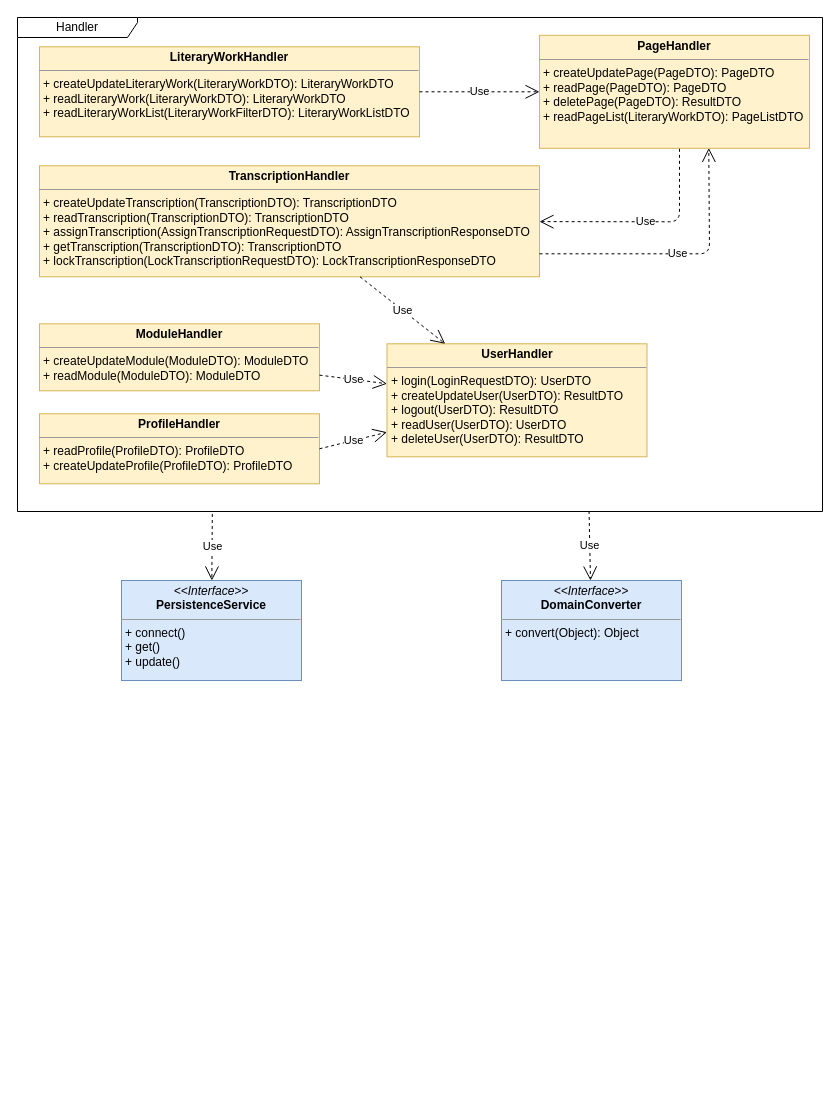
Before: doc/Models/MVC Diagrams/Handler Package Diagram.drawio in giodag/eagleLibrary, a draw.io diagram. Source tidied: cells renumbered, new cells numbered last; positions are measured from the earlier drawing's top-left corner, leaving out a move shared by most shapes. Both pictures are drawn from the tidied source at 100%, with x=0, y=0 at pixel (17, 17).
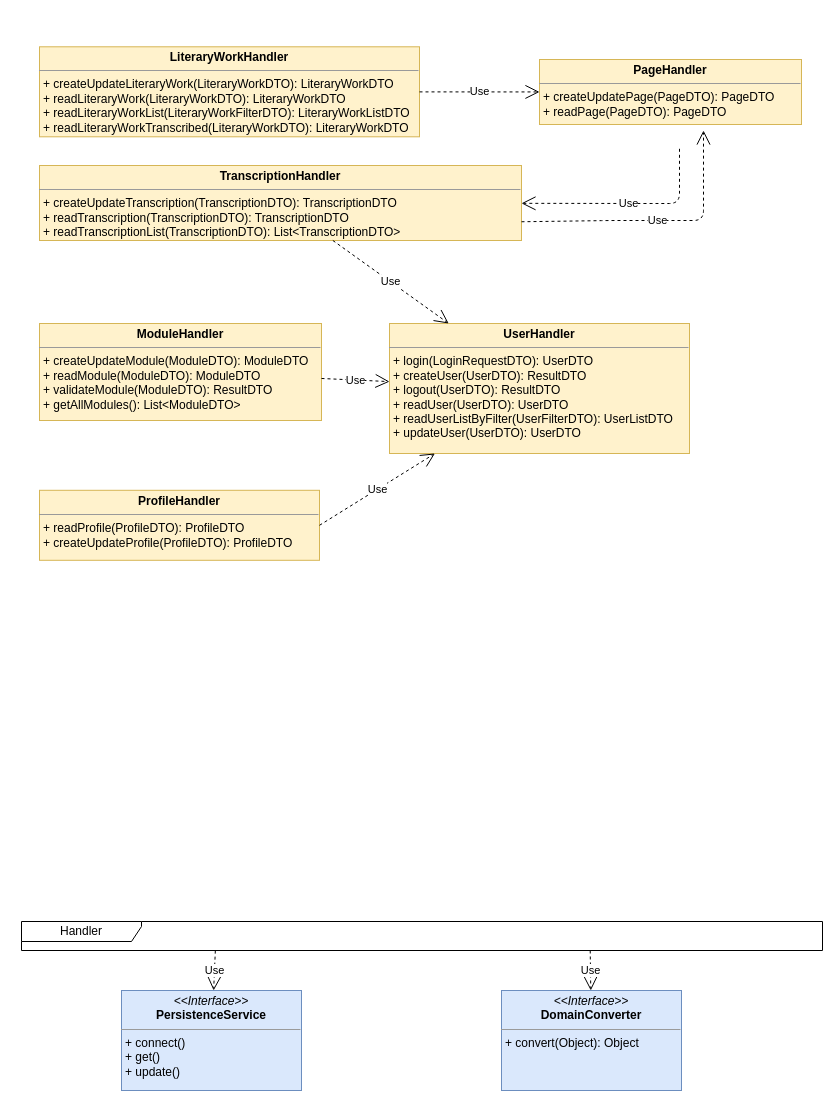
The same page after the edit.

Commit message (it also covers changes not shown here):
add transaction on some method and modify diagram

Diff of the diagram source:
```diff
@@
-    <mxCell id="2" value="&lt;p style=&quot;margin: 0px ; margin-top: 4px ; text-align: center&quot;&gt;&lt;b&gt;LiteraryWorkHandler&lt;/b&gt;&lt;/p&gt;&lt;hr size=&quot;1&quot;&gt;&lt;p style=&quot;margin: 0px ; margin-left: 4px&quot;&gt;&lt;span&gt;+ createUpdateLiteraryWork(LiteraryWorkDTO): LiteraryWorkDTO&lt;/span&gt;&lt;/p&gt;&lt;p style=&quot;margin: 0px ; margin-left: 4px&quot;&gt;+ readLiteraryWork(LiteraryWorkDTO): LiteraryWorkDTO&lt;span&gt;&lt;br&gt;&lt;/span&gt;&lt;/p&gt;&lt;p style=&quot;margin: 0px ; margin-left: 4px&quot;&gt;&lt;span&gt;+ readLiteraryWorkList(LiteraryWorkFilterDTO): LiteraryWorkListDTO&lt;/span&gt;&lt;/p&gt;&lt;p&gt;&lt;br&gt;&lt;/p&gt;" style="verticalAlign=top;align=left;overflow=fill;fontSize=12;fontFamily=Helvetica;html=1;fillColor=#fff2cc;strokeColor=#d6b656;" parent="1" vertex="1">
+    <mxCell id="2" value="&lt;p style=&quot;margin: 0px ; margin-top: 4px ; text-align: center&quot;&gt;&lt;b&gt;LiteraryWorkHandler&lt;/b&gt;&lt;/p&gt;&lt;hr size=&quot;1&quot;&gt;&lt;p style=&quot;margin: 0px ; margin-left: 4px&quot;&gt;&lt;span&gt;+ createUpdateLiteraryWork(LiteraryWorkDTO): LiteraryWorkDTO&lt;/span&gt;&lt;/p&gt;&lt;p style=&quot;margin: 0px ; margin-left: 4px&quot;&gt;+ readLiteraryWork(LiteraryWorkDTO): LiteraryWorkDTO&lt;span&gt;&lt;br&gt;&lt;/span&gt;&lt;/p&gt;&lt;p style=&quot;margin: 0px ; margin-left: 4px&quot;&gt;&lt;span&gt;+ readLiteraryWorkList(LiteraryWorkFilterDTO): LiteraryWorkListDTO&lt;br&gt;+ readLiteraryWorkTranscribed(LiteraryWorkDTO): LiteraryWorkDTO&lt;/span&gt;&lt;/p&gt;&lt;p&gt;&lt;br&gt;&lt;/p&gt;" style="verticalAlign=top;align=left;overflow=fill;fontSize=12;fontFamily=Helvetica;html=1;fillColor=#fff2cc;strokeColor=#d6b656;" parent="1" vertex="1">
       <mxGeometry x="22" y="29.3" width="380" height="90" as="geometry" />
     </mxCell>
     <mxCell id="3" value="&lt;p style=&quot;margin: 0px ; margin-top: 4px ; text-align: center&quot;&gt;&lt;b&gt;ProfileHandler&lt;/b&gt;&lt;/p&gt;&lt;hr size=&quot;1&quot;&gt;&lt;p style=&quot;margin: 0px ; margin-left: 4px&quot;&gt;+ readProfile(ProfileDTO): ProfileDTO&lt;br&gt;+ createUpdateProfile(ProfileDTO): ProfileDTO&lt;/p&gt;" style="verticalAlign=top;align=left;overflow=fill;fontSize=12;fontFamily=Helvetica;html=1;fillColor=#fff2cc;strokeColor=#d6b656;" parent="1" vertex="1">
-      <mxGeometry x="22" y="396.3" width="280" height="70" as="geometry" />
+      <mxGeometry x="22" y="472.8" width="280" height="70" as="geometry" />
     </mxCell>
-    <mxCell id="4" value="&lt;p style=&quot;margin: 0px ; margin-top: 4px ; text-align: center&quot;&gt;&lt;b&gt;TranscriptionHandler&lt;/b&gt;&lt;/p&gt;&lt;hr size=&quot;1&quot;&gt;&lt;p style=&quot;margin: 0px ; margin-left: 4px&quot;&gt;&lt;span&gt;+ createUpdate&lt;/span&gt;Transcription(TranscriptionDTO)&lt;span&gt;: TranscriptionDTO&lt;/span&gt;&lt;/p&gt;&lt;p style=&quot;margin: 0px ; margin-left: 4px&quot;&gt;+ readTranscription(TranscriptionDTO): TranscriptionDTO&lt;/p&gt;&lt;p style=&quot;margin: 0px ; margin-left: 4px&quot;&gt;&lt;span&gt;+&amp;nbsp;&lt;/span&gt;&lt;span&gt;assignTranscription(AssignTranscriptionRequestDTO): AssignTranscriptionResponse&lt;/span&gt;&lt;span&gt;DTO&lt;/span&gt;&lt;/p&gt;&lt;p style=&quot;margin: 0px ; margin-left: 4px&quot;&gt;&lt;span&gt;+&amp;nbsp;&lt;/span&gt;&lt;span&gt;getTranscription(TranscriptionDTO): Transcription&lt;/span&gt;&lt;span&gt;DTO&lt;/span&gt;&lt;/p&gt;&lt;p style=&quot;margin: 0px ; margin-left: 4px&quot;&gt;&lt;span&gt;+ lockTranscription(LockTranscriptionRequestDTO&lt;/span&gt;&lt;span&gt;): LockTranscriptionResponseDTO&lt;/span&gt;&lt;/p&gt;&lt;p&gt;&lt;span&gt;&lt;br&gt;&lt;/span&gt;&lt;/p&gt;&lt;p&gt;&lt;br&gt;&lt;/p&gt;&lt;p&gt;&lt;br&gt;&lt;/p&gt;&lt;p&gt;&lt;br&gt;&lt;/p&gt;" style="verticalAlign=top;align=left;overflow=fill;fontSize=12;fontFamily=Helvetica;html=1;fillColor=#fff2cc;strokeColor=#d6b656;" parent="1" vertex="1">
-      <mxGeometry x="22" y="148.3" width="500" height="111" as="geometry" />
+    <mxCell id="4" value="&lt;p style=&quot;margin: 0px ; margin-top: 4px ; text-align: center&quot;&gt;&lt;b&gt;TranscriptionHandler&lt;/b&gt;&lt;/p&gt;&lt;hr size=&quot;1&quot;&gt;&lt;p style=&quot;margin: 0px ; margin-left: 4px&quot;&gt;&lt;span&gt;+ createUpdate&lt;/span&gt;Transcription(TranscriptionDTO)&lt;span&gt;: TranscriptionDTO&lt;/span&gt;&lt;/p&gt;&lt;p style=&quot;margin: 0px ; margin-left: 4px&quot;&gt;+ readTranscription(TranscriptionDTO): TranscriptionDTO&lt;/p&gt;&lt;p style=&quot;margin: 0px ; margin-left: 4px&quot;&gt;&lt;span&gt;+ readTranscriptionList(TranscriptionDTO): List&amp;lt;TranscriptionDTO&amp;gt;&lt;/span&gt;&lt;/p&gt;&lt;p&gt;&lt;span&gt;&lt;br&gt;&lt;/span&gt;&lt;/p&gt;&lt;p&gt;&lt;br&gt;&lt;/p&gt;&lt;p&gt;&lt;br&gt;&lt;/p&gt;&lt;p&gt;&lt;br&gt;&lt;/p&gt;" style="verticalAlign=top;align=left;overflow=fill;fontSize=12;fontFamily=Helvetica;html=1;fillColor=#fff2cc;strokeColor=#d6b656;" parent="1" vertex="1">
+      <mxGeometry x="22" y="148" width="482" height="75" as="geometry" />
     </mxCell>
-    <mxCell id="5" value="&lt;p style=&quot;margin: 0px ; margin-top: 4px ; text-align: center&quot;&gt;&lt;b&gt;ModuleHandler&lt;/b&gt;&lt;/p&gt;&lt;hr size=&quot;1&quot;&gt;&lt;p style=&quot;margin: 0px ; margin-left: 4px&quot;&gt;&lt;span&gt;+ createUpdateModule(ModuleDTO): ModuleDTO&lt;/span&gt;&lt;/p&gt;&lt;p style=&quot;margin: 0px ; margin-left: 4px&quot;&gt;&lt;span&gt;+ readModule(ModuleDTO): ModuleDTO&lt;/span&gt;&lt;/p&gt;&lt;p&gt;&lt;br&gt;&lt;/p&gt;&lt;p&gt;&lt;br&gt;&lt;/p&gt;" style="verticalAlign=top;align=left;overflow=fill;fontSize=12;fontFamily=Helvetica;html=1;fillColor=#fff2cc;strokeColor=#d6b656;" parent="1" vertex="1">
-      <mxGeometry x="22" y="306.3" width="280" height="67" as="geometry" />
+    <mxCell id="5" value="&lt;p style=&quot;margin: 0px ; margin-top: 4px ; text-align: center&quot;&gt;&lt;b&gt;ModuleHandler&lt;/b&gt;&lt;/p&gt;&lt;hr size=&quot;1&quot;&gt;&lt;p style=&quot;margin: 0px ; margin-left: 4px&quot;&gt;&lt;span&gt;+ createUpdateModule(ModuleDTO): ModuleDTO&lt;/span&gt;&lt;/p&gt;&lt;p style=&quot;margin: 0px ; margin-left: 4px&quot;&gt;&lt;span&gt;+ readModule(ModuleDTO): ModuleDTO&lt;br&gt;+ validateModule(ModuleDTO): ResultDTO&lt;br&gt;+ getAllModules(): List&amp;lt;ModuleDTO&amp;gt;&lt;/span&gt;&lt;/p&gt;&lt;p&gt;&lt;br&gt;&lt;/p&gt;&lt;p&gt;&lt;br&gt;&lt;/p&gt;" style="verticalAlign=top;align=left;overflow=fill;fontSize=12;fontFamily=Helvetica;html=1;fillColor=#fff2cc;strokeColor=#d6b656;" parent="1" vertex="1">
+      <mxGeometry x="22" y="306" width="282" height="97" as="geometry" />
     </mxCell>
-    <mxCell id="6" value="&lt;p style=&quot;margin: 0px ; margin-top: 4px ; text-align: center&quot;&gt;&lt;b&gt;UserHandler&lt;/b&gt;&lt;/p&gt;&lt;hr size=&quot;1&quot;&gt;&lt;p style=&quot;margin: 0px ; margin-left: 4px&quot;&gt;&lt;span&gt;+ login(&lt;/span&gt;LoginRequestDTO&lt;span&gt;): UserDTO&lt;/span&gt;&lt;/p&gt;&lt;p style=&quot;margin: 0px ; margin-left: 4px&quot;&gt;&lt;span&gt;+ createUpdateUser(UserDTO): ResultDTO&lt;/span&gt;&lt;/p&gt;&lt;p style=&quot;margin: 0px ; margin-left: 4px&quot;&gt;&lt;span&gt;+ logout(UserDTO): ResultDTO&lt;/span&gt;&lt;/p&gt;&lt;p style=&quot;margin: 0px ; margin-left: 4px&quot;&gt;&lt;span&gt;+ readUser(UserDTO): UserDTO&lt;/span&gt;&lt;/p&gt;&lt;p style=&quot;margin: 0px ; margin-left: 4px&quot;&gt;&lt;span&gt;+ deleteUser(UserDTO): ResultDTO&lt;/span&gt;&lt;/p&gt;&lt;p&gt;&lt;br&gt;&lt;/p&gt;" style="verticalAlign=top;align=left;overflow=fill;fontSize=12;fontFamily=Helvetica;html=1;fillColor=#fff2cc;strokeColor=#d6b656;" parent="1" vertex="1">
-      <mxGeometry x="369.5" y="326.3" width="260" height="113" as="geometry" />
+    <mxCell id="6" value="&lt;p style=&quot;margin: 0px ; margin-top: 4px ; text-align: center&quot;&gt;&lt;b&gt;UserHandler&lt;/b&gt;&lt;/p&gt;&lt;hr size=&quot;1&quot;&gt;&lt;p style=&quot;margin: 0px ; margin-left: 4px&quot;&gt;&lt;span&gt;+ login(&lt;/span&gt;LoginRequestDTO&lt;span&gt;): UserDTO&lt;/span&gt;&lt;/p&gt;&lt;p style=&quot;margin: 0px ; margin-left: 4px&quot;&gt;&lt;span&gt;+ createUser(UserDTO): ResultDTO&lt;/span&gt;&lt;/p&gt;&lt;p style=&quot;margin: 0px ; margin-left: 4px&quot;&gt;&lt;span&gt;+ logout(UserDTO): ResultDTO&lt;/span&gt;&lt;/p&gt;&lt;p style=&quot;margin: 0px ; margin-left: 4px&quot;&gt;&lt;span&gt;+ readUser(UserDTO): UserDTO&lt;/span&gt;&lt;/p&gt;&lt;p style=&quot;margin: 0px ; margin-left: 4px&quot;&gt;&lt;span&gt;+ readUserListByFilter(UserFilterDTO): UserListDTO&lt;br&gt;+ updateUser(UserDTO): UserDTO&lt;/span&gt;&lt;/p&gt;&lt;p&gt;&lt;br&gt;&lt;/p&gt;" style="verticalAlign=top;align=left;overflow=fill;fontSize=12;fontFamily=Helvetica;html=1;fillColor=#fff2cc;strokeColor=#d6b656;" parent="1" vertex="1">
+      <mxGeometry x="372" y="306" width="300" height="130" as="geometry" />
     </mxCell>
-    <mxCell id="7" value="&lt;p style=&quot;margin: 0px ; margin-top: 4px ; text-align: center&quot;&gt;&lt;b&gt;PageHandler&lt;/b&gt;&lt;/p&gt;&lt;hr size=&quot;1&quot;&gt;&lt;p style=&quot;margin: 0px ; margin-left: 4px&quot;&gt;&lt;span&gt;+ createUpdatePage(PageDTO): PageDTO&lt;/span&gt;&lt;br&gt;&lt;/p&gt;&lt;p style=&quot;margin: 0px ; margin-left: 4px&quot;&gt;&lt;span&gt;+ readPage(PageDTO): PageDTO&lt;/span&gt;&lt;/p&gt;&lt;p style=&quot;margin: 0px ; margin-left: 4px&quot;&gt;&lt;span&gt;+ deletePage(PageDTO): ResultDTO&lt;/span&gt;&lt;/p&gt;&lt;p style=&quot;margin: 0px ; margin-left: 4px&quot;&gt;&lt;span&gt;+ readPageList(LiteraryWorkDTO): PageListDTO&lt;/span&gt;&lt;/p&gt;&lt;p&gt;&lt;br&gt;&lt;/p&gt;" style="verticalAlign=top;align=left;overflow=fill;fontSize=12;fontFamily=Helvetica;html=1;fillColor=#fff2cc;strokeColor=#d6b656;" parent="1" vertex="1">
-      <mxGeometry x="522" y="17.8" width="270" height="113" as="geometry" />
+    <mxCell id="7" value="&lt;p style=&quot;margin: 0px ; margin-top: 4px ; text-align: center&quot;&gt;&lt;b&gt;PageHandler&lt;/b&gt;&lt;/p&gt;&lt;hr size=&quot;1&quot;&gt;&lt;p style=&quot;margin: 0px ; margin-left: 4px&quot;&gt;&lt;span&gt;+ createUpdatePage(PageDTO): PageDTO&lt;/span&gt;&lt;br&gt;&lt;/p&gt;&lt;p style=&quot;margin: 0px ; margin-left: 4px&quot;&gt;&lt;span&gt;+ readPage(PageDTO): PageDTO&lt;/span&gt;&lt;/p&gt;&lt;p&gt;&lt;br&gt;&lt;/p&gt;" style="verticalAlign=top;align=left;overflow=fill;fontSize=12;fontFamily=Helvetica;html=1;fillColor=#fff2cc;strokeColor=#d6b656;" parent="1" vertex="1">
+      <mxGeometry x="522" y="42" width="262" height="65" as="geometry" />
     </mxCell>
@@
     <mxCell id="11" value="Use" style="endArrow=open;endSize=12;dashed=1;html=1;" parent="1" edge="1" target="4">
       <mxGeometry relative="1" as="geometry">
         <mxPoint x="662" y="131.3" as="sourcePoint" />
         <Array as="points">
-          <mxPoint x="662" y="204.3" />
+          <mxPoint x="662" y="186" />
+          <mxPoint x="634" y="186" />
         </Array>
       </mxGeometry>
     </mxCell>
-    <mxCell id="12" value="Use" style="endArrow=open;endSize=12;dashed=1;html=1;entryX=0.627;entryY=0.997;entryDx=0;entryDy=0;entryPerimeter=0;" parent="1" edge="1" target="7">
+    <mxCell id="12" value="Use" style="endArrow=open;endSize=12;dashed=1;html=1;exitX=1;exitY=0.75;exitDx=0;exitDy=0;" parent="1" edge="1" source="4">
       <mxGeometry relative="1" as="geometry">
-        <mxPoint x="522" y="236.3" as="sourcePoint" />
+        <mxPoint x="686" y="113" as="targetPoint" />
         <Array as="points">
-          <mxPoint x="692" y="236.3" />
+          <mxPoint x="594" y="203" />
+          <mxPoint x="686" y="203" />
         </Array>
       </mxGeometry>
     </mxCell>
@@
     <mxCell id="14" value="Handler" style="shape=umlFrame;whiteSpace=wrap;html=1;width=120;height=20;" parent="1" vertex="1">
-      <mxGeometry width="805" height="494" as="geometry" />
+      <mxGeometry x="4" y="904" width="801" height="29" as="geometry" />
     </mxCell>
     <mxCell id="15" value="&lt;p style=&quot;margin: 0px ; margin-top: 4px ; text-align: center&quot;&gt;&lt;i&gt;&amp;lt;&amp;lt;Interface&amp;gt;&amp;gt;&lt;/i&gt;&lt;br&gt;&lt;b&gt;PersistenceService&lt;/b&gt;&lt;/p&gt;&lt;hr size=&quot;1&quot;&gt;&lt;p style=&quot;margin: 0px ; margin-left: 4px&quot;&gt;+ connect()&lt;br&gt;+ get()&lt;/p&gt;&lt;p style=&quot;margin: 0px ; margin-left: 4px&quot;&gt;+ update()&lt;/p&gt;" style="verticalAlign=top;align=left;overflow=fill;fontSize=12;fontFamily=Helvetica;html=1;fillColor=#dae8fc;strokeColor=#6c8ebf;" parent="1" vertex="1">
-      <mxGeometry x="104" y="563" width="180" height="100" as="geometry" />
+      <mxGeometry x="104" y="973" width="180" height="100" as="geometry" />
     </mxCell>
     <mxCell id="16" value="&lt;p style=&quot;margin: 0px ; margin-top: 4px ; text-align: center&quot;&gt;&lt;i&gt;&amp;lt;&amp;lt;Interface&amp;gt;&amp;gt;&lt;/i&gt;&lt;br&gt;&lt;b&gt;DomainConverter&lt;/b&gt;&lt;/p&gt;&lt;hr size=&quot;1&quot;&gt;&lt;p style=&quot;margin: 0px ; margin-left: 4px&quot;&gt;+ convert(Object): Object&lt;br&gt;&lt;/p&gt;" style="verticalAlign=top;align=left;overflow=fill;fontSize=12;fontFamily=Helvetica;html=1;fillColor=#dae8fc;strokeColor=#6c8ebf;" parent="1" vertex="1">
-      <mxGeometry x="484" y="563" width="180" height="100" as="geometry" />
+      <mxGeometry x="484" y="973" width="180" height="100" as="geometry" />
     </mxCell>
```
